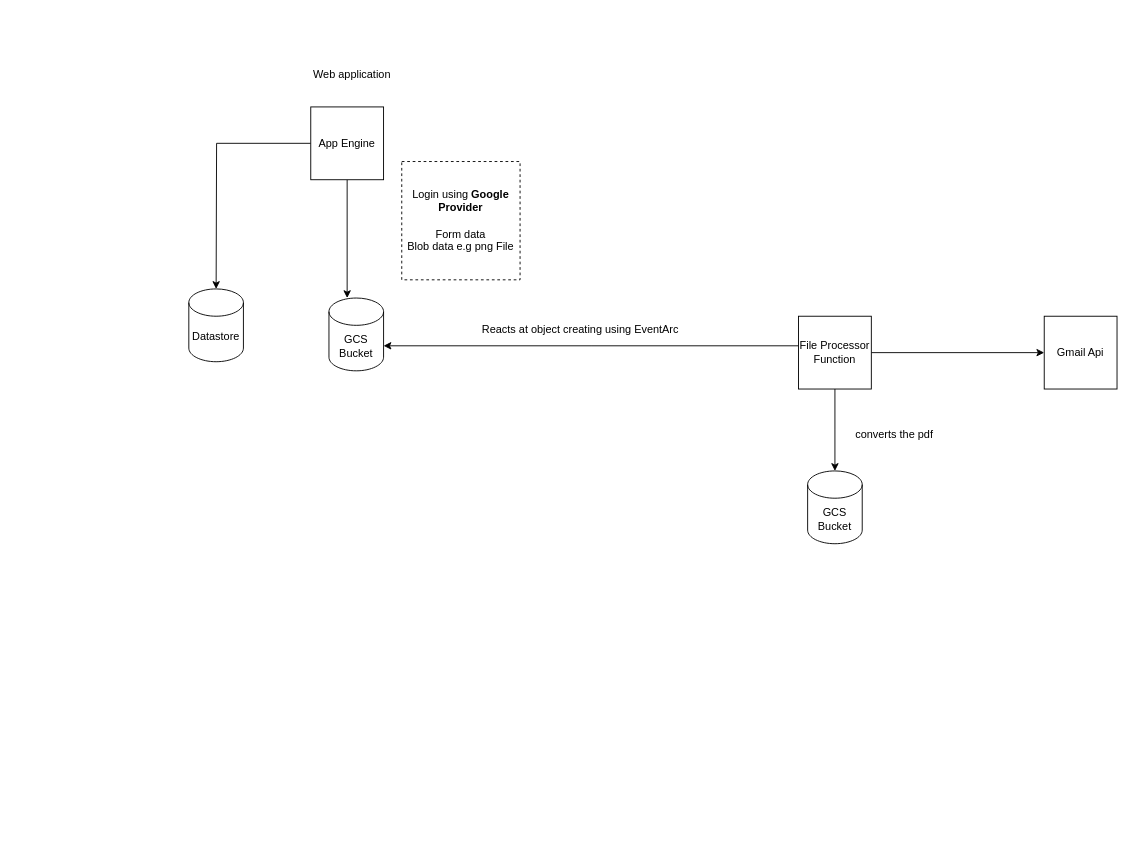
Before: samples/google-cloud-sample/diagrams/google_cloud_app.drawio in matei97/fii-cloud-computing-practice, a draw.io diagram. Source tidied: cells renumbered, new cells numbered last; positions are measured from the earlier drawing's top-left corner, leaving out a move shared by most shapes. Both pictures are drawn from the tidied source at 91%, with x=0, y=0 at pixel (188, 61).
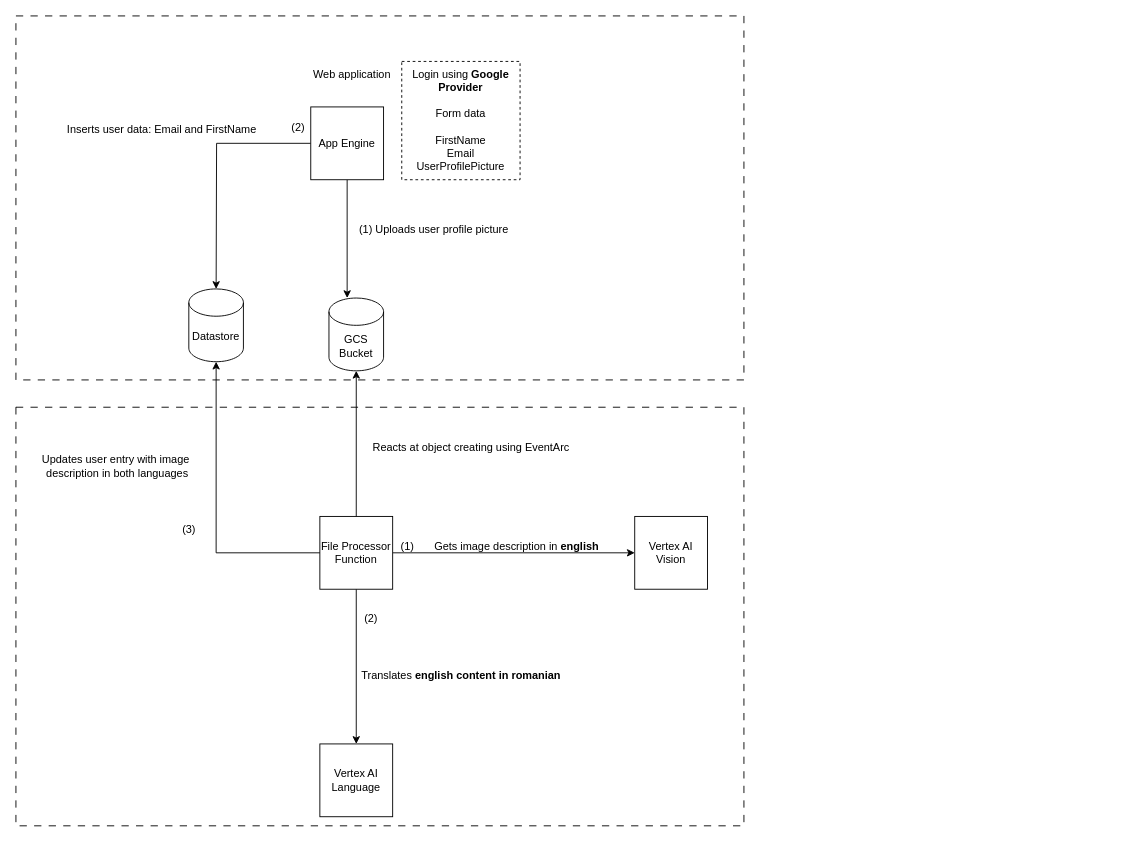
The same diagram, later.

Unchanged cells that the change refers to:
```xml
<mxCell id="7" value="Datastore" style="shape=cylinder3;whiteSpace=wrap;html=1;boundedLbl=1;backgroundOutline=1;size=15;" parent="1" vertex="1">
  <mxGeometry y="250" width="60" height="80" as="geometry" />
</mxCell>
<mxCell id="14" value="GCS&lt;br&gt;Bucket" style="shape=cylinder3;whiteSpace=wrap;html=1;boundedLbl=1;backgroundOutline=1;size=15;" parent="1" vertex="1">
  <mxGeometry x="154" y="260" width="60" height="80" as="geometry" />
</mxCell>
```

Diff of the diagram source:
```diff
@@
-    <mxCell id="3" value="Login using &lt;b&gt;Google Provider&lt;/b&gt;&lt;br&gt;&lt;br&gt;Form data&lt;br&gt;Blob data e.g png File" style="whiteSpace=wrap;html=1;dashed=1;" parent="1" vertex="1">
-      <mxGeometry x="234" y="110" width="130" height="130" as="geometry" />
+    <mxCell id="3" value="Login using &lt;b&gt;Google Provider&lt;/b&gt;&lt;br&gt;&lt;br&gt;Form data&lt;div&gt;&lt;br&gt;&lt;div&gt;FirstName&lt;/div&gt;&lt;div&gt;Email&lt;br&gt;UserProfilePicture&lt;/div&gt;&lt;/div&gt;" style="whiteSpace=wrap;html=1;dashed=1;" parent="1" vertex="1">
+      <mxGeometry x="234" width="130" height="130" as="geometry" />
     </mxCell>
@@
-    <mxCell id="8" style="edgeStyle=orthogonalEdgeStyle;rounded=0;jettySize=auto;html=1;entryX=1;entryY=0;entryDx=0;entryDy=52.5;entryPerimeter=0;" parent="1" edge="1" source="11" target="14">
-      <mxGeometry relative="1" as="geometry">
-        <Array as="points">
-          <mxPoint x="442" y="313" />
-        </Array>
-      </mxGeometry>
-    </mxCell>
-    <mxCell id="9" style="edgeStyle=orthogonalEdgeStyle;rounded=0;jettySize=auto;html=1;" parent="1" edge="1" source="11">
-      <mxGeometry relative="1" as="geometry">
-        <mxPoint x="710" y="450" as="targetPoint" />
-      </mxGeometry>
-    </mxCell>
-    <mxCell id="10" style="edgeStyle=orthogonalEdgeStyle;rounded=0;jettySize=auto;html=1;entryX=0;entryY=0.5;entryDx=0;entryDy=0;" parent="1" edge="1" source="11" target="15">
-      <mxGeometry relative="1" as="geometry" />
-    </mxCell>
+    <mxCell id="17" style="edgeStyle=orthogonalEdgeStyle;rounded=0;jettySize=auto;html=1;" parent="1" edge="1" source="11" target="19">
+      <mxGeometry relative="1" as="geometry" />
+    </mxCell>
+    <mxCell id="18" style="edgeStyle=orthogonalEdgeStyle;rounded=0;jettySize=auto;html=1;" parent="1" edge="1" source="11" target="22">
+      <mxGeometry relative="1" as="geometry" />
+    </mxCell>
     <mxCell id="11" value="File Processor Function" style="whiteSpace=wrap;html=1;" parent="1" vertex="1">
-      <mxGeometry x="670" y="280" width="80" height="80" as="geometry" />
+      <mxGeometry x="144" y="500" width="80" height="80" as="geometry" />
     </mxCell>
     <mxCell id="12" value="Reacts at object creating using EventArc" style="text;html=1;align=center;verticalAlign=middle;strokeColor=none;fillColor=none;" parent="1" vertex="1">
-      <mxGeometry x="310" y="280" width="240" height="30" as="geometry" />
+      <mxGeometry x="190" y="410" width="240" height="30" as="geometry" />
     </mxCell>
-    <mxCell id="13" value="GCS&lt;br style=&quot;border-color: var(--border-color);&quot;&gt;Bucket" style="shape=cylinder3;whiteSpace=wrap;html=1;boundedLbl=1;backgroundOutline=1;size=15;" parent="1" vertex="1">
-      <mxGeometry x="680" y="450" width="60" height="80" as="geometry" />
-    </mxCell>
@@
-    <mxCell id="15" value="Gmail Api" style="whiteSpace=wrap;html=1;" parent="1" vertex="1">
-      <mxGeometry x="940" y="280" width="80" height="80" as="geometry" />
-    </mxCell>
-    <mxCell id="16" value="converts the pdf" style="text;html=1;align=center;verticalAlign=middle;strokeColor=none;fillColor=none;" parent="1" vertex="1">
-      <mxGeometry x="720" y="395" width="110" height="30" as="geometry" />
-    </mxCell>
+    <mxCell id="8" style="edgeStyle=orthogonalEdgeStyle;rounded=0;jettySize=auto;html=1;entryX=0.5;entryY=1;entryDx=0;entryDy=0;entryPerimeter=0;" parent="1" edge="1" source="11" target="14">
+      <mxGeometry relative="1" as="geometry" />
+    </mxCell>
+    <mxCell id="19" value="Vertex AI Vision" style="whiteSpace=wrap;html=1;" parent="1" vertex="1">
+      <mxGeometry x="490" y="500" width="80" height="80" as="geometry" />
+    </mxCell>
+    <mxCell id="20" value="Gets image description in &lt;b&gt;english&lt;/b&gt;" style="text;html=1;align=center;verticalAlign=middle;strokeColor=none;fillColor=none;" parent="1" vertex="1">
+      <mxGeometry x="260" y="518" width="200" height="30" as="geometry" />
+    </mxCell>
+    <mxCell id="21" value="(1)" style="text;html=1;align=center;verticalAlign=middle;strokeColor=none;fillColor=none;" parent="1" vertex="1">
+      <mxGeometry x="220" y="518" width="40" height="30" as="geometry" />
+    </mxCell>
+    <mxCell id="22" value="Vertex AI Language" style="whiteSpace=wrap;html=1;" parent="1" vertex="1">
+      <mxGeometry x="144" y="750" width="80" height="80" as="geometry" />
+    </mxCell>
+    <mxCell id="23" value="Translates &lt;b&gt;english content in romanian&lt;/b&gt;" style="text;html=1;align=center;verticalAlign=middle;strokeColor=none;fillColor=none;" parent="1" vertex="1">
+      <mxGeometry x="179" y="660" width="240" height="30" as="geometry" />
+    </mxCell>
+    <mxCell id="24" value="(2)" style="text;html=1;align=center;verticalAlign=middle;strokeColor=none;fillColor=none;" parent="1" vertex="1">
+      <mxGeometry x="180" y="598" width="40" height="30" as="geometry" />
+    </mxCell>
+    <mxCell id="25" style="edgeStyle=orthogonalEdgeStyle;rounded=0;jettySize=auto;html=1;entryX=0.5;entryY=1;entryDx=0;entryDy=0;entryPerimeter=0;" parent="1" edge="1" source="11" target="7">
+      <mxGeometry relative="1" as="geometry" />
+    </mxCell>
+    <mxCell id="26" value="(3)" style="text;html=1;align=center;verticalAlign=middle;strokeColor=none;fillColor=none;" parent="1" vertex="1">
+      <mxGeometry x="-20" y="500" width="40" height="30" as="geometry" />
+    </mxCell>
+    <mxCell id="27" value="&lt;span style=&quot;text-wrap: nowrap;&quot;&gt;Updates user entry with image&lt;br&gt;&amp;nbsp;description in both languages&lt;/span&gt;" style="text;html=1;align=center;verticalAlign=middle;whiteSpace=wrap;rounded=0;" parent="1" vertex="1">
+      <mxGeometry x="-160" y="390" width="160" height="110" as="geometry" />
+    </mxCell>
+    <mxCell id="28" value="(1) Uploads user profile picture" style="text;html=1;align=center;verticalAlign=middle;strokeColor=none;fillColor=none;" parent="1" vertex="1">
+      <mxGeometry x="174" y="170" width="190" height="30" as="geometry" />
+    </mxCell>
+    <mxCell id="29" value="Inserts user data: Email and FirstName" style="text;html=1;align=center;verticalAlign=middle;strokeColor=none;fillColor=none;" parent="1" vertex="1">
+      <mxGeometry x="-145" y="60" width="230" height="30" as="geometry" />
+    </mxCell>
+    <mxCell id="30" value="(2)" style="text;html=1;align=center;verticalAlign=middle;strokeColor=none;fillColor=none;" parent="1" vertex="1">
+      <mxGeometry x="100" y="58" width="40" height="30" as="geometry" />
+    </mxCell>
+    <mxCell id="31" style="rounded=0;whiteSpace=wrap;html=1;fillColor=none;dashed=1;dashPattern=8 8;" parent="1" vertex="1">
+      <mxGeometry x="-190" y="-50" width="800" height="400" as="geometry" />
+    </mxCell>
+    <mxCell id="32" style="rounded=0;whiteSpace=wrap;html=1;fillColor=none;dashed=1;dashPattern=8 8;" parent="1" vertex="1">
+      <mxGeometry x="-190" y="380" width="800" height="460" as="geometry" />
+    </mxCell>
```
